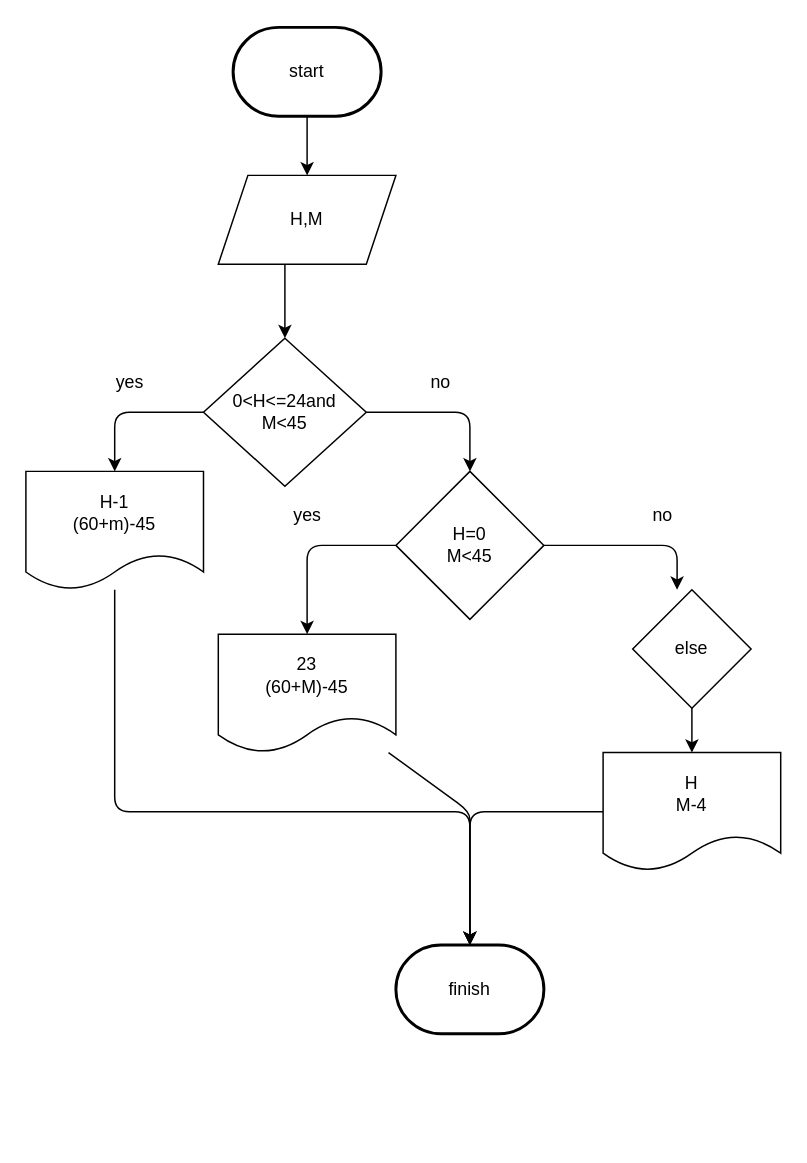
Before: stage/02_conditional/2884.drawio in Gyeongrok-Oh/boj, a draw.io diagram. Source tidied: cells renumbered, new cells numbered last; positions are measured from the earlier drawing's top-left corner, leaving out a move shared by most shapes. Both pictures are drawn from the tidied source at 148%, with x=0, y=0 at pixel (25, 27).
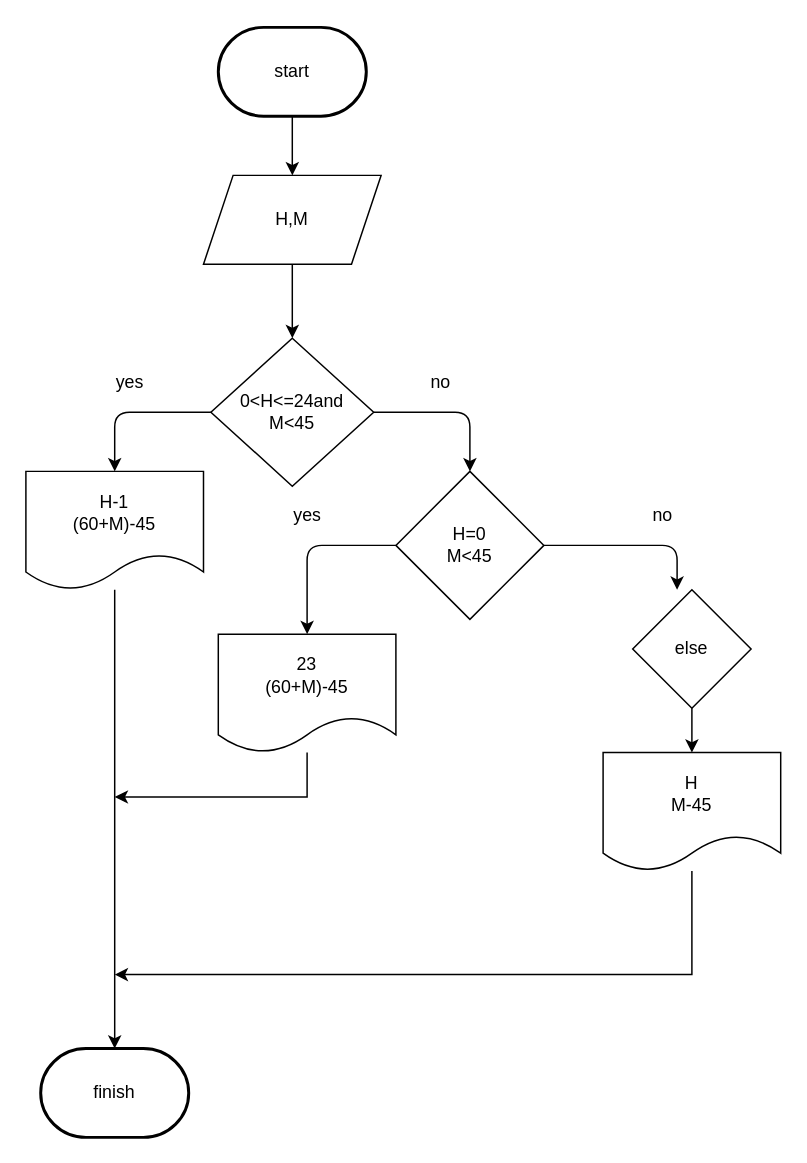
After the change.

Unchanged cells that the change refers to:
```xml
<mxCell id="15" value="23&lt;br&gt;(60+M)-45" style="shape=document;whiteSpace=wrap;html=1;boundedLbl=1;" parent="1" vertex="1">
  <mxGeometry x="130" y="410" width="120" height="80" as="geometry" />
</mxCell>
```

Change to the diagram source:
```diff
@@
     <mxCell id="2" style="edgeStyle=none;html=1;" parent="1" edge="1" source="3">
       <mxGeometry relative="1" as="geometry">
-        <mxPoint x="190" y="100" as="targetPoint" />
+        <mxPoint x="180" y="100" as="targetPoint" />
       </mxGeometry>
     </mxCell>
     <mxCell id="3" value="start" style="strokeWidth=2;html=1;shape=mxgraph.flowchart.terminator;whiteSpace=wrap;" parent="1" vertex="1">
-      <mxGeometry x="140" width="100" height="60" as="geometry" />
+      <mxGeometry x="130" width="100" height="60" as="geometry" />
     </mxCell>
@@
     <mxCell id="6" value="0&amp;lt;H&amp;lt;=24and&lt;br&gt;M&amp;lt;45" style="rhombus;whiteSpace=wrap;html=1;" parent="1" vertex="1">
-      <mxGeometry x="120" y="210" width="110" height="100" as="geometry" />
+      <mxGeometry x="125" y="210" width="110" height="100" as="geometry" />
     </mxCell>
-    <mxCell id="7" style="edgeStyle=none;html=1;entryX=0.5;entryY=0;entryDx=0;entryDy=0;" parent="1" edge="1" source="8" target="6">
-      <mxGeometry relative="1" as="geometry">
-        <Array as="points">
-          <mxPoint x="175" y="160" />
-        </Array>
-      </mxGeometry>
+    <mxCell id="7" style="edgeStyle=orthogonalEdgeStyle;rounded=0;jettySize=auto;html=1;entryX=0.5;entryY=0;entryDx=0;entryDy=0;" parent="1" edge="1" source="8" target="6">
+      <mxGeometry relative="1" as="geometry" />
     </mxCell>
     <mxCell id="8" value="H,M" style="shape=parallelogram;perimeter=parallelogramPerimeter;whiteSpace=wrap;html=1;fixedSize=1;" parent="1" vertex="1">
-      <mxGeometry x="130" y="100" width="120" height="60" as="geometry" />
+      <mxGeometry x="120" y="100" width="120" height="60" as="geometry" />
     </mxCell>
-    <mxCell id="9" style="edgeStyle=none;html=1;" parent="1" edge="1" source="10">
-      <mxGeometry relative="1" as="geometry">
-        <mxPoint x="300" y="620" as="targetPoint" />
-        <Array as="points">
-          <mxPoint x="60" y="530" />
-          <mxPoint x="300" y="530" />
-        </Array>
-      </mxGeometry>
-    </mxCell>
+    <mxCell id="25" style="edgeStyle=orthogonalEdgeStyle;rounded=0;jettySize=auto;html=1;entryX=0.5;entryY=0;entryDx=0;entryDy=0;entryPerimeter=0;" parent="1" edge="1" source="10" target="20">
+      <mxGeometry relative="1" as="geometry" />
+    </mxCell>
-    <mxCell id="10" value="H-1&lt;br&gt;(60+m)-45" style="shape=document;whiteSpace=wrap;html=1;boundedLbl=1;" parent="1" vertex="1">
+    <mxCell id="10" value="H-1&lt;br&gt;(60+&lt;span style=&quot;white-space: pre&quot;&gt;M&lt;/span&gt;)-45" style="shape=document;whiteSpace=wrap;html=1;boundedLbl=1;" parent="1" vertex="1">
       <mxGeometry y="300" width="120" height="80" as="geometry" />
     </mxCell>
@@
-    <mxCell id="14" style="edgeStyle=none;html=1;entryX=0.5;entryY=0;entryDx=0;entryDy=0;entryPerimeter=0;" parent="1" edge="1" source="15" target="20">
-      <mxGeometry relative="1" as="geometry">
-        <Array as="points">
-          <mxPoint x="300" y="530" />
-          <mxPoint x="300" y="540" />
-        </Array>
-      </mxGeometry>
-    </mxCell>
+    <mxCell id="26" style="edgeStyle=orthogonalEdgeStyle;rounded=0;jettySize=auto;html=1;" parent="1" edge="1" source="15">
+      <mxGeometry relative="1" as="geometry">
+        <mxPoint x="60" y="520" as="targetPoint" />
+        <Array as="points">
+          <mxPoint x="190" y="520" />
+        </Array>
+      </mxGeometry>
+    </mxCell>
@@
-    <mxCell id="18" style="edgeStyle=none;html=1;entryX=0.5;entryY=0;entryDx=0;entryDy=0;entryPerimeter=0;" parent="1" edge="1" source="19" target="20">
-      <mxGeometry relative="1" as="geometry">
-        <Array as="points">
-          <mxPoint x="300" y="530" />
-        </Array>
-      </mxGeometry>
-    </mxCell>
+    <mxCell id="27" style="edgeStyle=orthogonalEdgeStyle;rounded=0;jettySize=auto;html=1;" parent="1" edge="1" source="19">
+      <mxGeometry relative="1" as="geometry">
+        <mxPoint x="60" y="640" as="targetPoint" />
+        <Array as="points">
+          <mxPoint x="450" y="640" />
+        </Array>
+      </mxGeometry>
+    </mxCell>
-    <mxCell id="19" value="H&lt;br&gt;M-4" style="shape=document;whiteSpace=wrap;html=1;boundedLbl=1;" parent="1" vertex="1">
+    <mxCell id="19" value="H&lt;br&gt;M-45" style="shape=document;whiteSpace=wrap;html=1;boundedLbl=1;" parent="1" vertex="1">
       <mxGeometry x="390" y="490" width="120" height="80" as="geometry" />
     </mxCell>
     <mxCell id="20" value="finish" style="strokeWidth=2;html=1;shape=mxgraph.flowchart.terminator;whiteSpace=wrap;" parent="1" vertex="1">
-      <mxGeometry x="250" y="620" width="100" height="60" as="geometry" />
+      <mxGeometry x="10" y="690" width="100" height="60" as="geometry" />
     </mxCell>
```
